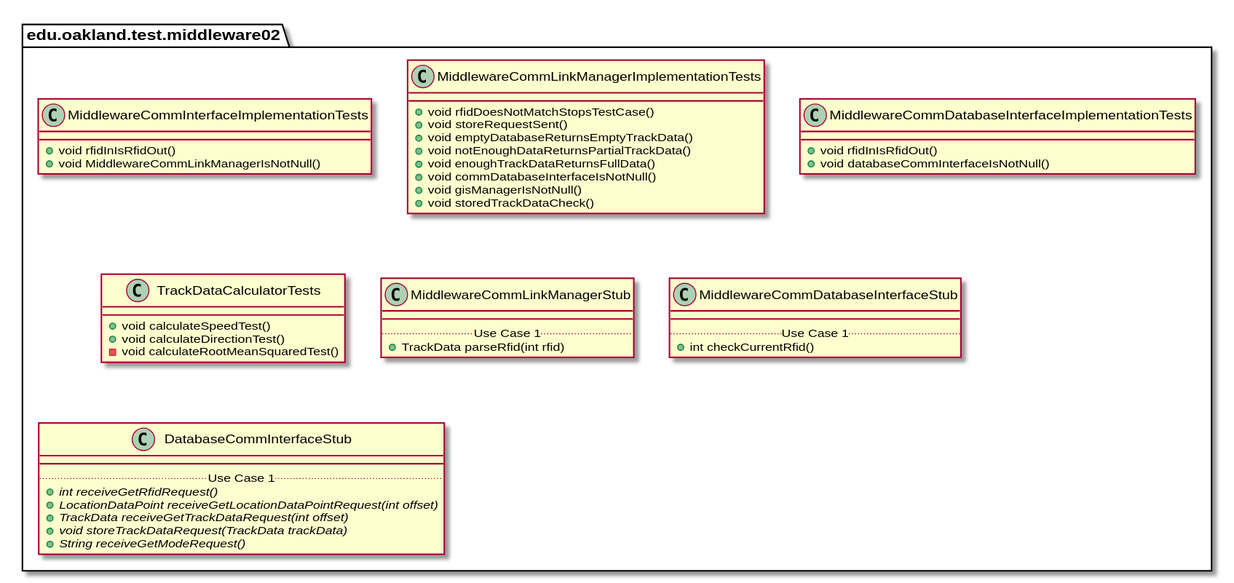
The PlantUML diagram docs/uml-class-diagrams/middleware02/test/Middleware02TestPackage.svg in andrewdimmer/csi-3370-software-project, before a commit.
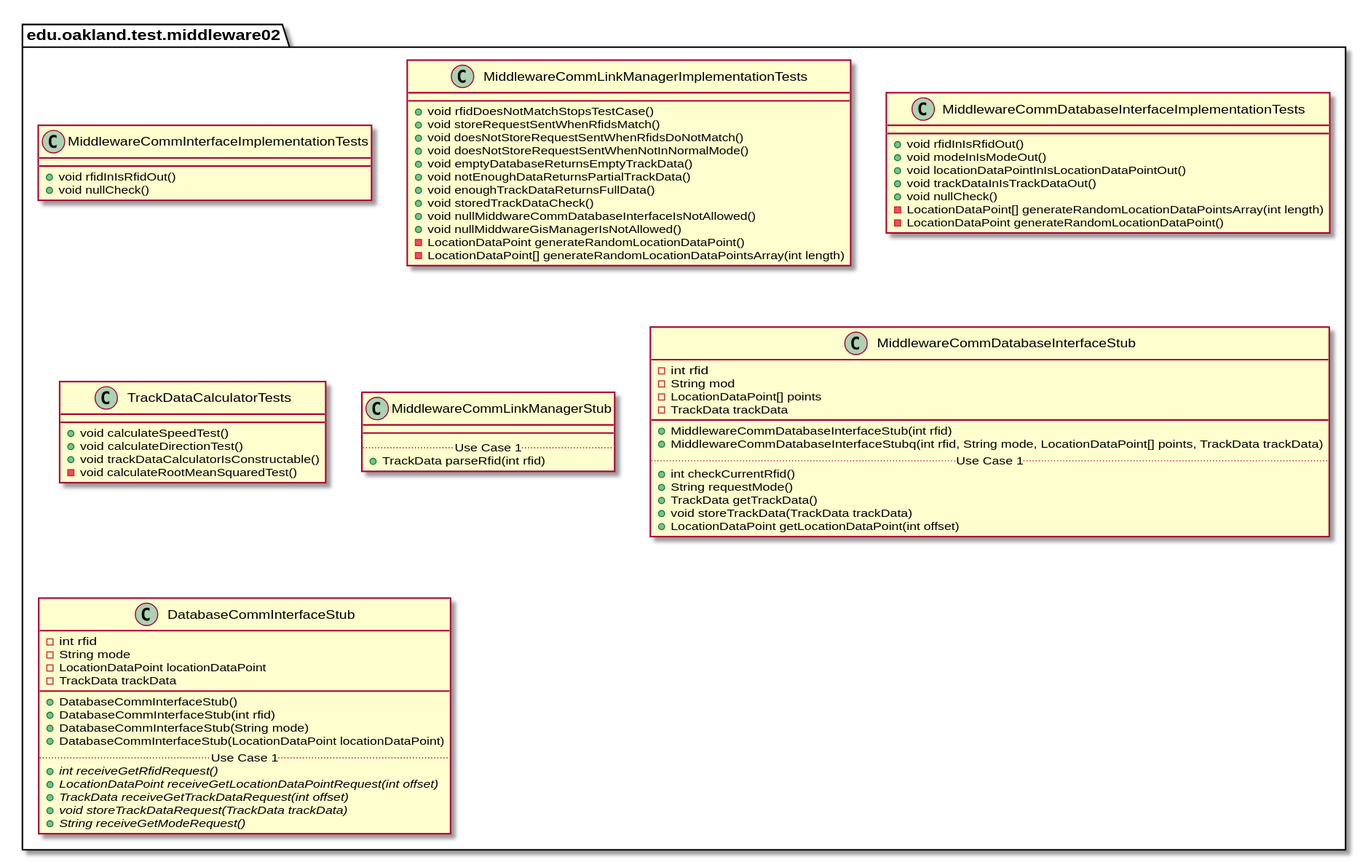
Above is the later version.

Diff of the diagram source:
```diff
@@ -8,7 +8,7 @@
 package edu.oakland.test.middleware02 {
     class MiddlewareCommInterfaceImplementationTests {
         + void rfidInIsRfidOut()
-        + void MiddlewareCommLinkManagerIsNotNull()
+        + void nullCheck()
     }
 }
 
@@ -16,13 +16,17 @@
 package edu.oakland.test.middleware02 {
     class MiddlewareCommLinkManagerImplementationTests {
         + void rfidDoesNotMatchStopsTestCase()
-        + void storeRequestSent()
+        + void storeRequestSentWhenRfidsMatch()
+        + void doesNotStoreRequestSentWhenRfidsDoNotMatch()
+        + void doesNotStoreRequestSentWhenNotInNormalMode()
         + void emptyDatabaseReturnsEmptyTrackData()
         + void notEnoughDataReturnsPartialTrackData()
         + void enoughTrackDataReturnsFullData()
-        + void commDatabaseInterfaceIsNotNull()
-        + void gisManagerIsNotNull()
         + void storedTrackDataCheck()
+        + void nullMiddwareCommDatabaseInterfaceIsNotAllowed()
+        + void nullMiddwareGisManagerIsNotAllowed()
+        - LocationDataPoint generateRandomLocationDataPoint()
+        - LocationDataPoint[] generateRandomLocationDataPointsArray(int length)
     }
 }
 
@@ -30,7 +34,12 @@
 package edu.oakland.test.middleware02 {
     class MiddlewareCommDatabaseInterfaceImplementationTests {
         + void rfidInIsRfidOut()
-        + void databaseCommInterfaceIsNotNull()
+        + void modeInIsModeOut()
+        + void locationDataPointInIsLocationDataPointOut()
+        + void trackDataInIsTrackDataOut()
+        + void nullCheck()
+        - LocationDataPoint[] generateRandomLocationDataPointsArray(int length)
+        - LocationDataPoint generateRandomLocationDataPoint()
     }
 }
 
@@ -39,6 +48,7 @@
     class TrackDataCalculatorTests {
       + void calculateSpeedTest()
       + void calculateDirectionTest()
+      + void trackDataCalculatorIsConstructable()
       - void calculateRootMeanSquaredTest()
     }
 }
@@ -55,16 +65,34 @@
 
 package edu.oakland.test.middleware02 {
     class MiddlewareCommDatabaseInterfaceStub {
+        - int rfid
+        - String mod
+        - LocationDataPoint[] points
+        - TrackData trackData
         __
+        + MiddlewareCommDatabaseInterfaceStub(int rfid)
+        + MiddlewareCommDatabaseInterfaceStubq(int rfid, String mode, LocationDataPoint[] points, TrackData trackData)
         .. Use Case 1 ..
         + int checkCurrentRfid()
+        + String requestMode()
+        + TrackData getTrackData()
+        + void storeTrackData(TrackData trackData)
+        + LocationDataPoint getLocationDataPoint(int offset)
     }
 }
 
 
 package edu.oakland.test.middleware02 {
     class DatabaseCommInterfaceStub {
+        - int rfid
+        - String mode
+        - LocationDataPoint locationDataPoint
+        - TrackData trackData
         __
+        + DatabaseCommInterfaceStub()
+        + DatabaseCommInterfaceStub(int rfid)
+        + DatabaseCommInterfaceStub(String mode)
+        + DatabaseCommInterfaceStub(LocationDataPoint locationDataPoint)
         .. Use Case 1 ..
         {abstract} + int receiveGetRfidRequest()
         {abstract} + LocationDataPoint receiveGetLocationDataPointRequest(int offset)
```
